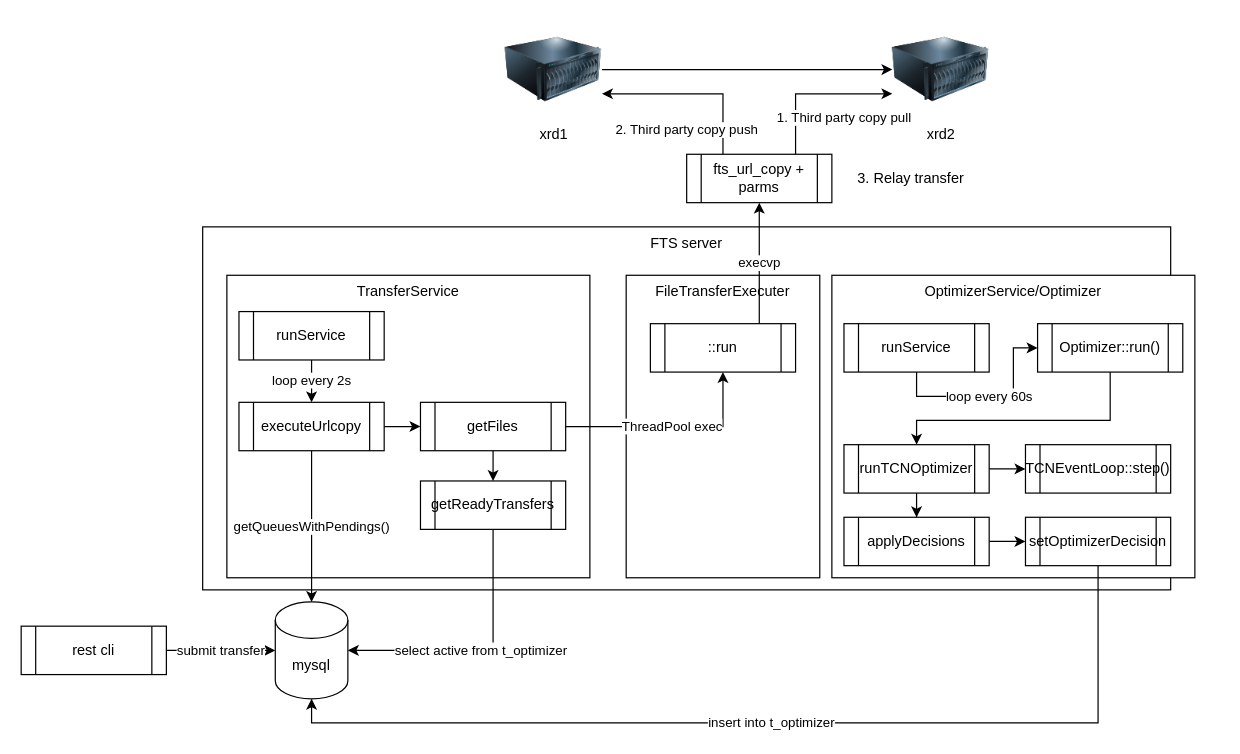
guodong/diagrams keeps this draw.io diagram as fts.drawio. Above is the earlier version. Source tidied: cells renumbered, new cells numbered last; positions are measured from the earlier drawing's top-left corner, leaving out a move shared by most shapes. Both pictures are drawn from the tidied source at 121%, with x=0, y=0 at pixel (21, 21).
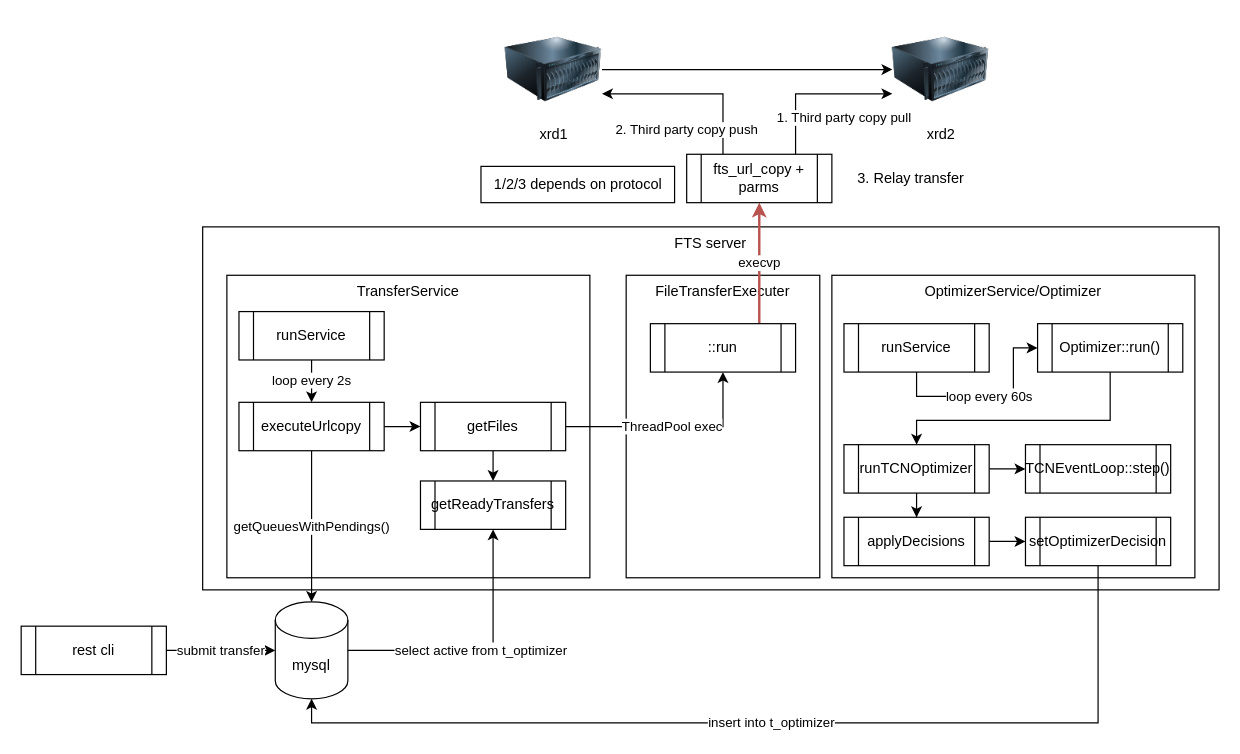
Above is the later version.

Unchanged cells that the change refers to:
```xml
<mxCell id="9" value="mysql" style="shape=cylinder3;whiteSpace=wrap;html=1;boundedLbl=1;backgroundOutline=1;size=15;" parent="1" vertex="1">
  <mxGeometry x="210" y="480" width="60" height="80" as="geometry" />
</mxCell>
<mxCell id="13" value="getReadyTransfers" style="shape=process;whiteSpace=wrap;html=1;backgroundOutline=1;" parent="1" vertex="1">
  <mxGeometry x="330" y="380" width="120" height="40" as="geometry" />
</mxCell>
<mxCell id="16" value="::run" style="shape=process;whiteSpace=wrap;html=1;backgroundOutline=1;" parent="1" vertex="1">
  <mxGeometry x="520" y="250" width="120" height="40" as="geometry" />
</mxCell>
<mxCell id="20" value="fts_url_copy + parms" style="shape=process;whiteSpace=wrap;html=1;backgroundOutline=1;" parent="1" vertex="1">
  <mxGeometry x="550" y="110" width="120" height="40" as="geometry" />
</mxCell>
```

Diff of the diagram source:
```diff
@@
     <mxCell id="2" value="FTS server" style="rounded=0;whiteSpace=wrap;html=1;verticalAlign=top;" parent="1" vertex="1">
-      <mxGeometry x="150" y="170" width="800" height="300" as="geometry" />
+      <mxGeometry x="150" y="170" width="840" height="300" as="geometry" />
     </mxCell>
@@
-    <mxCell id="12" value="select active from t_optimizer" style="edgeStyle=orthogonalEdgeStyle;rounded=0;jettySize=auto;html=1;exitX=0.5;exitY=1;exitDx=0;exitDy=0;entryX=1;entryY=0.5;entryDx=0;entryDy=0;entryPerimeter=0;" parent="1" edge="1" source="13" target="9">
+    <mxCell id="12" value="select active from t_optimizer" style="edgeStyle=orthogonalEdgeStyle;rounded=0;jettySize=auto;html=1;exitX=1;exitY=0.5;exitDx=0;exitDy=0;entryX=0.5;entryY=1;entryDx=0;entryDy=0;exitPerimeter=0;" parent="1" edge="1" source="9" target="13">
       <mxGeometry relative="1" as="geometry" />
     </mxCell>
@@
-    <mxCell id="15" value="execvp" style="edgeStyle=orthogonalEdgeStyle;rounded=0;jettySize=auto;html=1;exitX=0.75;exitY=0;exitDx=0;exitDy=0;" parent="1" edge="1" source="16" target="20">
+    <mxCell id="15" value="execvp" style="edgeStyle=orthogonalEdgeStyle;rounded=0;jettySize=auto;html=1;exitX=0.75;exitY=0;exitDx=0;exitDy=0;fillColor=#f8cecc;strokeColor=#b85450;strokeWidth=2;" parent="1" edge="1" source="16" target="20">
       <mxGeometry relative="1" as="geometry" />
     </mxCell>
@@
+    <mxCell id="40" value="1/2/3 depends on protocol" style="text;html=1;align=center;verticalAlign=middle;strokeColor=default;" parent="1" vertex="1">
+      <mxGeometry x="380" y="120" width="160" height="30" as="geometry" />
+    </mxCell>
```
